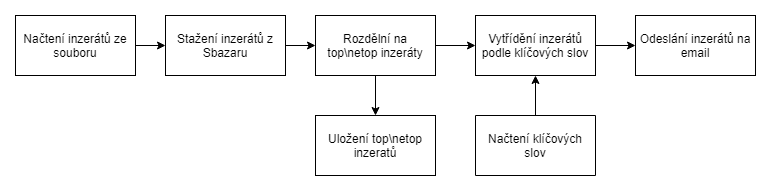
Above: pictures/SevillaProcesDiagram.png in zdenekptak/sevilla (draw.io), before the change. Source tidied: cells renumbered, new cells last; positions are measured from the earlier drawing's top-left corner, leaving out a move shared by most shapes.
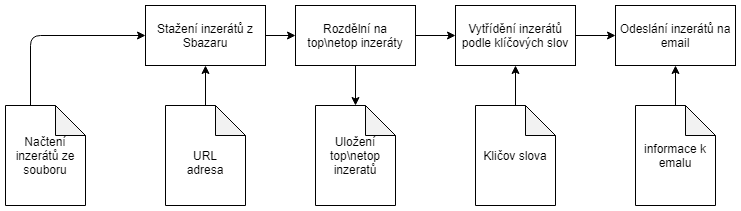
The same diagram one commit later.

Commit message:
přepracování procesního diagramu

The edit, as a diff of the source:
```diff
@@ -2,9 +2,6 @@
   <root>
     <mxCell id="0" />
     <mxCell id="1" parent="0" />
-    <mxCell id="2" value="Načtení inzerátů ze souboru" style="rounded=0;whiteSpace=wrap;html=1;" parent="1" vertex="1">
-      <mxGeometry width="120" height="60" as="geometry" />
-    </mxCell>
     <mxCell id="3" style="edgeStyle=orthogonalEdgeStyle;rounded=0;jettySize=auto;html=1;" parent="1" edge="1" source="4" target="7">
       <mxGeometry relative="1" as="geometry" />
     </mxCell>
@@ -14,21 +11,17 @@
     <mxCell id="5" style="edgeStyle=orthogonalEdgeStyle;rounded=0;jettySize=auto;html=1;" parent="1" edge="1" source="7" target="12">
       <mxGeometry relative="1" as="geometry" />
     </mxCell>
-    <mxCell id="6" style="edgeStyle=orthogonalEdgeStyle;rounded=0;jettySize=auto;html=1;" parent="1" edge="1" source="7" target="8">
-      <mxGeometry relative="1" as="geometry" />
+    <mxCell id="6" style="edgeStyle=orthogonalEdgeStyle;rounded=0;jettySize=auto;html=1;" parent="1" edge="1" source="7">
+      <mxGeometry relative="1" as="geometry">
+        <mxPoint x="360" y="100" as="targetPoint" />
+      </mxGeometry>
     </mxCell>
     <mxCell id="7" value="Rozdělní na top\netop inzeráty" style="rounded=0;whiteSpace=wrap;html=1;" parent="1" vertex="1">
       <mxGeometry x="300" width="120" height="60" as="geometry" />
     </mxCell>
-    <mxCell id="8" value="Uložení top\netop inzeratů" style="rounded=0;whiteSpace=wrap;html=1;" parent="1" vertex="1">
-      <mxGeometry x="300" y="100" width="120" height="60" as="geometry" />
-    </mxCell>
-    <mxCell id="9" style="edgeStyle=orthogonalEdgeStyle;rounded=0;jettySize=auto;html=1;" parent="1" edge="1" source="10" target="12">
+    <mxCell id="9" style="edgeStyle=orthogonalEdgeStyle;rounded=0;jettySize=auto;html=1;" parent="1" edge="1" source="18" target="12">
       <mxGeometry relative="1" as="geometry" />
     </mxCell>
-    <mxCell id="10" value="Načtení klíčových slov" style="rounded=0;whiteSpace=wrap;html=1;direction=west;" parent="1" vertex="1">
-      <mxGeometry x="460" y="100" width="120" height="60" as="geometry" />
-    </mxCell>
     <mxCell id="11" style="edgeStyle=orthogonalEdgeStyle;rounded=0;jettySize=auto;html=1;" parent="1" edge="1" source="12" target="13">
       <mxGeometry relative="1" as="geometry" />
     </mxCell>
@@ -38,8 +31,37 @@
     <mxCell id="13" value="Odeslání inzerátů na email" style="rounded=0;whiteSpace=wrap;html=1;" parent="1" vertex="1">
       <mxGeometry x="620" width="120" height="60" as="geometry" />
     </mxCell>
-    <mxCell id="14" style="endArrow=classic;html=1;" parent="1" edge="1" source="2" target="4">
-      <mxGeometry relative="1" as="geometry" />
+    <mxCell id="14" style="endArrow=classic;html=1;exitX=0;exitY=0;exitDx=25;exitDy=0;exitPerimeter=0;" parent="1" edge="1" source="2" target="4">
+      <mxGeometry relative="1" as="geometry">
+        <Array as="points">
+          <mxPoint x="35" y="30" />
+        </Array>
+      </mxGeometry>
     </mxCell>
+    <mxCell id="15" style="edgeStyle=orthogonalEdgeStyle;rounded=0;jettySize=auto;html=1;exitX=0.5;exitY=0;exitDx=0;exitDy=0;entryX=0.5;entryY=1;entryDx=0;entryDy=0;" parent="1" edge="1" target="4">
+      <mxGeometry relative="1" as="geometry">
+        <mxPoint x="210" y="100" as="sourcePoint" />
+      </mxGeometry>
+    </mxCell>
+    <mxCell id="16" style="edgeStyle=orthogonalEdgeStyle;rounded=0;jettySize=auto;html=1;exitX=0.5;exitY=0;exitDx=0;exitDy=0;entryX=0.5;entryY=1;entryDx=0;entryDy=0;" parent="1" edge="1" target="13">
+      <mxGeometry relative="1" as="geometry">
+        <mxPoint x="680" y="100" as="sourcePoint" />
+      </mxGeometry>
+    </mxCell>
+    <mxCell id="17" value="URL adresa" style="shape=note;whiteSpace=wrap;html=1;backgroundOutline=1;darkOpacity=0.05;" parent="1" vertex="1">
+      <mxGeometry x="170" y="100" width="80" height="100" as="geometry" />
+    </mxCell>
+    <mxCell id="18" value="&lt;span style=&quot;white-space: normal&quot;&gt;Kličov slova&lt;/span&gt;" style="shape=note;whiteSpace=wrap;html=1;backgroundOutline=1;darkOpacity=0.05;" parent="1" vertex="1">
+      <mxGeometry x="480" y="100" width="80" height="100" as="geometry" />
+    </mxCell>
+    <mxCell id="19" value="informace k emalu" style="shape=note;whiteSpace=wrap;html=1;backgroundOutline=1;darkOpacity=0.05;" parent="1" vertex="1">
+      <mxGeometry x="640" y="100" width="80" height="100" as="geometry" />
+    </mxCell>
+    <mxCell id="8" value="&lt;span style=&quot;white-space: normal&quot;&gt;Uložení top\netop inzeratů&lt;/span&gt;" style="shape=note;whiteSpace=wrap;html=1;backgroundOutline=1;darkOpacity=0.05;" parent="1" vertex="1">
+      <mxGeometry x="320" y="100" width="80" height="100" as="geometry" />
+    </mxCell>
+    <mxCell id="2" value="&lt;span style=&quot;white-space: normal&quot;&gt;Načtení inzerátů ze souboru&lt;/span&gt;" style="shape=note;whiteSpace=wrap;html=1;backgroundOutline=1;darkOpacity=0.05;" parent="1" vertex="1">
+      <mxGeometry x="10" y="100" width="80" height="100" as="geometry" />
+    </mxCell>
   </root>
 </mxGraphModel>
```
